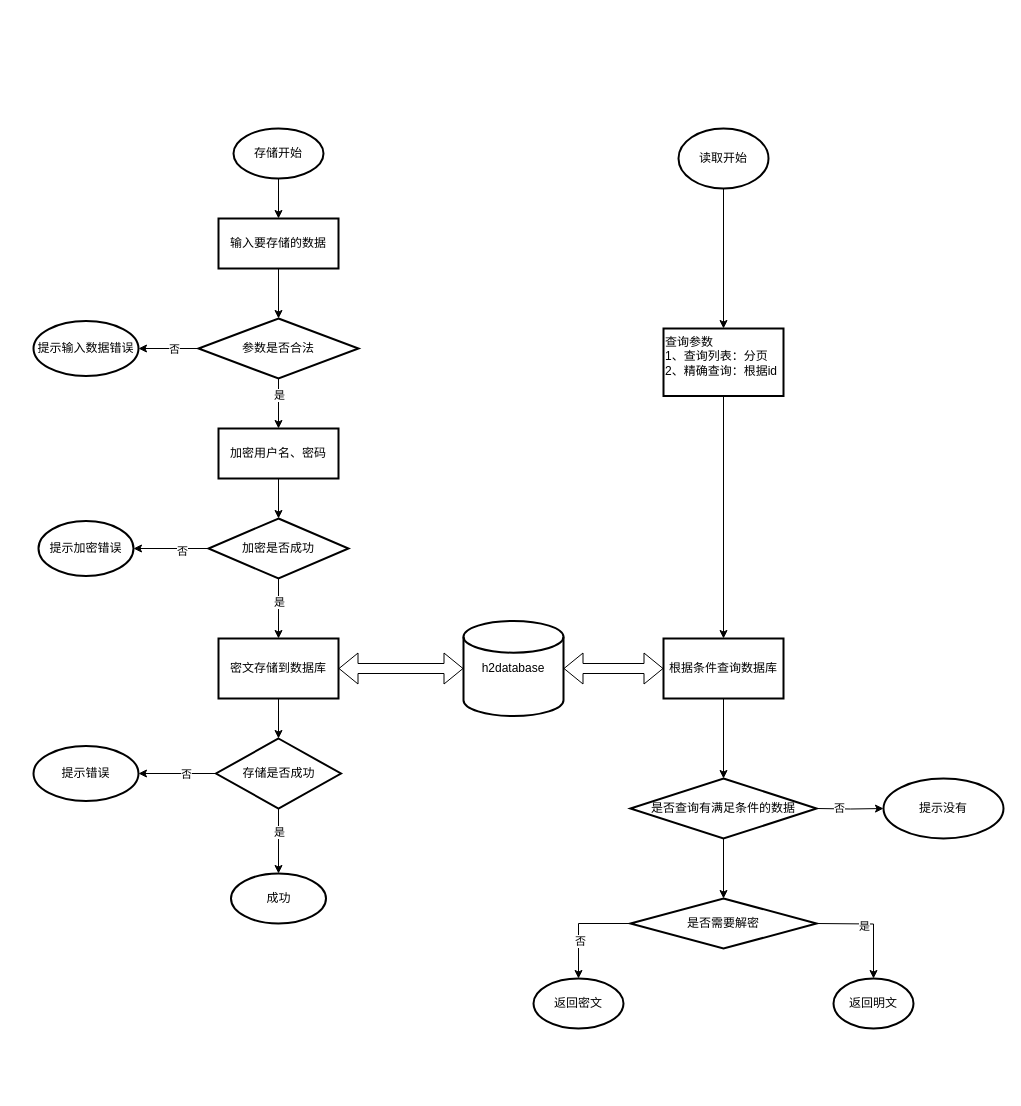
The draw.io diagram page "流程图" (2 of 2) of doc/设计图.drawio in Drintau/AccountManager, before the edit. Source tidied: cells renumbered, new cells numbered last; positions are measured from the earlier drawing's top-left corner, leaving out a move shared by most shapes. Both pictures are drawn from the tidied source at 100%, with x=0, y=0 at pixel (33, 128).
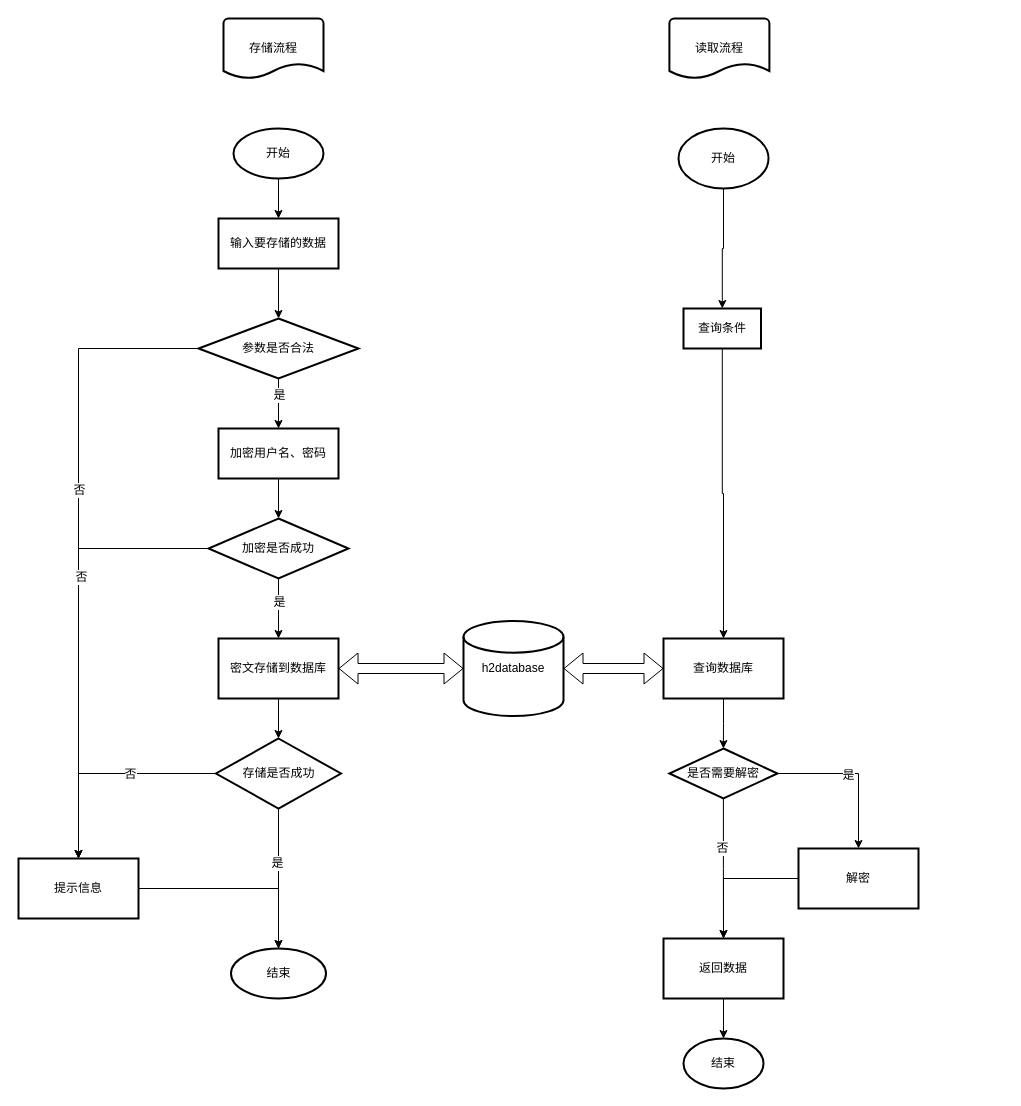
Above is the later version.

What changed in the source:
```diff
@@
-    <mxCell id="2" style="edgeStyle=orthogonalEdgeStyle;rounded=0;jettySize=auto;html=1;" parent="1" edge="1" source="3" target="5">
+    <mxCell id="2" style="edgeStyle=orthogonalEdgeStyle;rounded=0;jettySize=auto;html=1;fontSize=12;" parent="1" edge="1" source="3" target="5">
       <mxGeometry relative="1" as="geometry" />
     </mxCell>
-    <mxCell id="3" value="存储开始" style="strokeWidth=2;html=1;shape=mxgraph.flowchart.start_2;whiteSpace=wrap;" parent="1" vertex="1">
+    <mxCell id="3" value="开始" style="strokeWidth=2;html=1;shape=mxgraph.flowchart.start_2;whiteSpace=wrap;fontSize=12;" parent="1" vertex="1">
       <mxGeometry x="200" width="90" height="50" as="geometry" />
     </mxCell>
-    <mxCell id="4" style="edgeStyle=orthogonalEdgeStyle;rounded=0;jettySize=auto;html=1;" parent="1" edge="1" source="5" target="14">
+    <mxCell id="4" style="edgeStyle=orthogonalEdgeStyle;rounded=0;jettySize=auto;html=1;fontSize=12;" parent="1" edge="1" source="5" target="14">
       <mxGeometry relative="1" as="geometry" />
     </mxCell>
-    <mxCell id="5" value="输入要存储的数据" style="whiteSpace=wrap;html=1;strokeWidth=2;" parent="1" vertex="1">
+    <mxCell id="5" value="输入要存储的数据" style="whiteSpace=wrap;html=1;strokeWidth=2;fontSize=12;" parent="1" vertex="1">
       <mxGeometry x="185" y="90" width="120" height="50" as="geometry" />
     </mxCell>
-    <mxCell id="6" style="edgeStyle=orthogonalEdgeStyle;rounded=0;jettySize=auto;html=1;" parent="1" edge="1" source="7" target="20">
+    <mxCell id="6" style="edgeStyle=orthogonalEdgeStyle;rounded=0;jettySize=auto;html=1;fontSize=12;" parent="1" edge="1" source="7" target="20">
       <mxGeometry relative="1" as="geometry" />
     </mxCell>
-    <mxCell id="7" value="加密用户名、密码" style="whiteSpace=wrap;html=1;strokeWidth=2;" parent="1" vertex="1">
+    <mxCell id="7" value="加密用户名、密码" style="whiteSpace=wrap;html=1;strokeWidth=2;fontSize=12;" parent="1" vertex="1">
       <mxGeometry x="185" y="300" width="120" height="50" as="geometry" />
     </mxCell>
-    <mxCell id="8" style="edgeStyle=orthogonalEdgeStyle;rounded=0;jettySize=auto;html=1;" parent="1" edge="1" source="9" target="26">
+    <mxCell id="8" style="edgeStyle=orthogonalEdgeStyle;rounded=0;jettySize=auto;html=1;fontSize=12;" parent="1" edge="1" source="9" target="26">
       <mxGeometry relative="1" as="geometry" />
     </mxCell>
-    <mxCell id="9" value="密文存储到数据库" style="whiteSpace=wrap;html=1;strokeWidth=2;" parent="1" vertex="1">
+    <mxCell id="9" value="密文存储到数据库" style="whiteSpace=wrap;html=1;strokeWidth=2;fontSize=12;" parent="1" vertex="1">
       <mxGeometry x="185" y="510" width="120" height="60" as="geometry" />
     </mxCell>
-    <mxCell id="10" style="edgeStyle=orthogonalEdgeStyle;rounded=0;jettySize=auto;html=1;" parent="1" edge="1" source="14" target="15">
+    <mxCell id="10" style="edgeStyle=orthogonalEdgeStyle;rounded=0;jettySize=auto;html=1;entryX=0.5;entryY=0;entryDx=0;entryDy=0;fontSize=12;" parent="1" edge="1" source="14" target="57">
       <mxGeometry relative="1" as="geometry" />
     </mxCell>
-    <mxCell id="11" value="否" style="edgeLabel;html=1;align=center;verticalAlign=middle;" parent="10" vertex="1">
+    <mxCell id="11" value="否" style="edgeLabel;html=1;align=center;verticalAlign=middle;fontSize=12;" parent="10" vertex="1">
       <mxGeometry x="-0.17" relative="1" as="geometry" />
     </mxCell>
-    <mxCell id="12" style="edgeStyle=orthogonalEdgeStyle;rounded=0;jettySize=auto;html=1;" parent="1" edge="1" source="14" target="7">
+    <mxCell id="12" style="edgeStyle=orthogonalEdgeStyle;rounded=0;jettySize=auto;html=1;fontSize=12;" parent="1" edge="1" source="14" target="7">
       <mxGeometry relative="1" as="geometry" />
     </mxCell>
-    <mxCell id="13" value="是" style="edgeLabel;html=1;align=center;verticalAlign=middle;" parent="12" vertex="1">
+    <mxCell id="13" value="是" style="edgeLabel;html=1;align=center;verticalAlign=middle;fontSize=12;" parent="12" vertex="1">
       <mxGeometry x="-0.34" relative="1" as="geometry" />
     </mxCell>
-    <mxCell id="14" value="参数是否合法" style="strokeWidth=2;html=1;shape=mxgraph.flowchart.decision;whiteSpace=wrap;" parent="1" vertex="1">
+    <mxCell id="14" value="参数是否合法" style="strokeWidth=2;html=1;shape=mxgraph.flowchart.decision;whiteSpace=wrap;fontSize=12;" parent="1" vertex="1">
       <mxGeometry x="165" y="190" width="160" height="60" as="geometry" />
     </mxCell>
-    <mxCell id="15" value="提示输入数据错误" style="ellipse;whiteSpace=wrap;html=1;strokeWidth=2;" parent="1" vertex="1">
-      <mxGeometry y="192.5" width="105" height="55" as="geometry" />
-    </mxCell>
-    <mxCell id="16" style="edgeStyle=orthogonalEdgeStyle;rounded=0;jettySize=auto;html=1;" parent="1" edge="1" source="20" target="9">
+    <mxCell id="16" style="edgeStyle=orthogonalEdgeStyle;rounded=0;jettySize=auto;html=1;fontSize=12;" parent="1" edge="1" source="20" target="9">
       <mxGeometry relative="1" as="geometry">
         <Array as="points">
           <mxPoint x="245" y="530" />
           <mxPoint x="245" y="530" />
         </Array>
       </mxGeometry>
     </mxCell>
-    <mxCell id="17" value="是" style="edgeLabel;html=1;align=center;verticalAlign=middle;" parent="16" vertex="1">
+    <mxCell id="17" value="是" style="edgeLabel;html=1;align=center;verticalAlign=middle;fontSize=12;" parent="16" vertex="1">
       <mxGeometry x="-0.24" relative="1" as="geometry" />
     </mxCell>
-    <mxCell id="18" style="edgeStyle=orthogonalEdgeStyle;rounded=0;jettySize=auto;html=1;" parent="1" edge="1" source="20" target="21">
+    <mxCell id="18" style="edgeStyle=orthogonalEdgeStyle;rounded=0;jettySize=auto;html=1;entryX=0.5;entryY=0;entryDx=0;entryDy=0;fontSize=12;" parent="1" edge="1" source="20" target="57">
       <mxGeometry relative="1" as="geometry" />
     </mxCell>
-    <mxCell id="19" value="否" style="edgeLabel;html=1;align=center;verticalAlign=middle;" parent="18" vertex="1">
+    <mxCell id="19" value="否" style="edgeLabel;html=1;align=center;verticalAlign=middle;fontSize=12;" parent="18" vertex="1">
       <mxGeometry x="-0.28" y="2" relative="1" as="geometry" />
     </mxCell>
-    <mxCell id="20" value="加密是否成功" style="strokeWidth=2;html=1;shape=mxgraph.flowchart.decision;whiteSpace=wrap;" parent="1" vertex="1">
+    <mxCell id="20" value="加密是否成功" style="strokeWidth=2;html=1;shape=mxgraph.flowchart.decision;whiteSpace=wrap;fontSize=12;" parent="1" vertex="1">
       <mxGeometry x="175" y="390" width="140" height="60" as="geometry" />
     </mxCell>
-    <mxCell id="21" value="提示加密错误" style="ellipse;whiteSpace=wrap;html=1;strokeWidth=2;" parent="1" vertex="1">
-      <mxGeometry x="5" y="392.5" width="95" height="55" as="geometry" />
-    </mxCell>
-    <mxCell id="22" style="edgeStyle=orthogonalEdgeStyle;rounded=0;jettySize=auto;html=1;" parent="1" edge="1" source="26" target="29">
-      <mxGeometry relative="1" as="geometry" />
-    </mxCell>
-    <mxCell id="23" value="是" style="edgeLabel;html=1;align=center;verticalAlign=middle;" parent="22" vertex="1">
-      <mxGeometry x="-0.28" relative="1" as="geometry" />
-    </mxCell>
-    <mxCell id="24" style="edgeStyle=orthogonalEdgeStyle;rounded=0;jettySize=auto;html=1;entryX=1;entryY=0.5;entryDx=0;entryDy=0;" parent="1" edge="1" source="26" target="30">
+    <mxCell id="24" style="edgeStyle=orthogonalEdgeStyle;rounded=0;jettySize=auto;html=1;entryX=0.5;entryY=0;entryDx=0;entryDy=0;fontSize=12;" parent="1" edge="1" source="26" target="57">
       <mxGeometry relative="1" as="geometry" />
     </mxCell>
-    <mxCell id="25" value="否" style="edgeLabel;html=1;align=center;verticalAlign=middle;" parent="24" vertex="1">
+    <mxCell id="25" value="否" style="edgeLabel;html=1;align=center;verticalAlign=middle;fontSize=12;" parent="24" vertex="1">
       <mxGeometry x="-0.23" relative="1" as="geometry" />
     </mxCell>
+    <mxCell id="22" style="edgeStyle=orthogonalEdgeStyle;rounded=0;jettySize=auto;html=1;fontSize=12;" parent="1" edge="1" source="26" target="29">
+      <mxGeometry relative="1" as="geometry" />
+    </mxCell>
+    <mxCell id="50" value="是" style="edgeLabel;html=1;align=center;verticalAlign=middle;fontSize=12;" parent="22" vertex="1">
+      <mxGeometry x="-0.23" y="-2" relative="1" as="geometry" />
+    </mxCell>
-    <mxCell id="26" value="存储是否成功" style="strokeWidth=2;html=1;shape=mxgraph.flowchart.decision;whiteSpace=wrap;align=center;" parent="1" vertex="1">
+    <mxCell id="26" value="存储是否成功" style="strokeWidth=2;html=1;shape=mxgraph.flowchart.decision;whiteSpace=wrap;align=center;fontSize=12;" parent="1" vertex="1">
       <mxGeometry x="182.5" y="610" width="125" height="70" as="geometry" />
     </mxCell>
-    <mxCell id="27" value="h2database" style="strokeWidth=2;html=1;shape=mxgraph.flowchart.database;whiteSpace=wrap;align=center;" parent="1" vertex="1">
+    <mxCell id="27" value="h2database" style="strokeWidth=2;html=1;shape=mxgraph.flowchart.database;whiteSpace=wrap;align=center;fontSize=12;" parent="1" vertex="1">
       <mxGeometry x="430" y="492.5" width="100" height="95" as="geometry" />
     </mxCell>
-    <mxCell id="28" style="shape=flexArrow;endArrow=classic;startArrow=classic;html=1;exitX=1;exitY=0.5;exitDx=0;exitDy=0;entryX=0;entryY=0.5;entryDx=0;entryDy=0;entryPerimeter=0;" parent="1" edge="1" source="9" target="27">
+    <mxCell id="28" style="shape=flexArrow;endArrow=classic;startArrow=classic;html=1;exitX=1;exitY=0.5;exitDx=0;exitDy=0;entryX=0;entryY=0.5;entryDx=0;entryDy=0;entryPerimeter=0;fontSize=12;" parent="1" edge="1" source="9" target="27">
       <mxGeometry relative="1" as="geometry" />
     </mxCell>
-    <mxCell id="29" value="成功" style="ellipse;whiteSpace=wrap;html=1;strokeWidth=2;" parent="1" vertex="1">
-      <mxGeometry x="197.5" y="745" width="95" height="50" as="geometry" />
+    <mxCell id="29" value="结束" style="ellipse;whiteSpace=wrap;html=1;strokeWidth=2;fontSize=12;" parent="1" vertex="1">
+      <mxGeometry x="197.5" y="820" width="95" height="50" as="geometry" />
     </mxCell>
-    <mxCell id="30" value="提示错误" style="ellipse;whiteSpace=wrap;html=1;strokeWidth=2;" parent="1" vertex="1">
-      <mxGeometry y="617.5" width="105" height="55" as="geometry" />
-    </mxCell>
-    <mxCell id="31" style="edgeStyle=orthogonalEdgeStyle;rounded=0;jettySize=auto;html=1;" parent="1" edge="1" source="32" target="49">
+    <mxCell id="31" style="edgeStyle=orthogonalEdgeStyle;rounded=0;jettySize=auto;html=1;fontSize=12;" parent="1" edge="1" source="32" target="49">
       <mxGeometry relative="1" as="geometry" />
     </mxCell>
-    <mxCell id="32" value="读取开始" style="strokeWidth=2;html=1;shape=mxgraph.flowchart.start_2;whiteSpace=wrap;align=center;" parent="1" vertex="1">
+    <mxCell id="32" value="开始" style="strokeWidth=2;html=1;shape=mxgraph.flowchart.start_2;whiteSpace=wrap;align=center;fontSize=12;" parent="1" vertex="1">
       <mxGeometry x="645" width="90" height="60" as="geometry" />
     </mxCell>
-    <mxCell id="33" style="edgeStyle=orthogonalEdgeStyle;rounded=0;jettySize=auto;html=1;entryX=0.5;entryY=0;entryDx=0;entryDy=0;" parent="1" edge="1" source="34" target="39">
-      <mxGeometry relative="1" as="geometry" />
-    </mxCell>
+    <mxCell id="51" style="edgeStyle=orthogonalEdgeStyle;rounded=0;jettySize=auto;html=1;fontSize=12;" parent="1" edge="1" source="34" target="46">
+      <mxGeometry relative="1" as="geometry" />
+    </mxCell>
-    <mxCell id="34" value="根据条件查询数据库" style="whiteSpace=wrap;html=1;strokeWidth=2;" parent="1" vertex="1">
+    <mxCell id="34" value="查询数据库" style="whiteSpace=wrap;html=1;strokeWidth=2;fontSize=12;" parent="1" vertex="1">
       <mxGeometry x="630" y="510" width="120" height="60" as="geometry" />
     </mxCell>
-    <mxCell id="35" style="shape=flexArrow;endArrow=classic;startArrow=classic;html=1;entryX=0;entryY=0.5;entryDx=0;entryDy=0;exitX=1;exitY=0.5;exitDx=0;exitDy=0;exitPerimeter=0;" parent="1" edge="1" source="27" target="34">
+    <mxCell id="35" style="shape=flexArrow;endArrow=classic;startArrow=classic;html=1;entryX=0;entryY=0.5;entryDx=0;entryDy=0;exitX=1;exitY=0.5;exitDx=0;exitDy=0;exitPerimeter=0;fontSize=12;" parent="1" edge="1" source="27" target="34">
       <mxGeometry relative="1" as="geometry" />
     </mxCell>
-    <mxCell id="36" style="edgeStyle=orthogonalEdgeStyle;rounded=0;jettySize=auto;html=1;" parent="1" edge="1" target="40">
-      <mxGeometry relative="1" as="geometry">
-        <mxPoint x="783.1" y="680" as="sourcePoint" />
-      </mxGeometry>
-    </mxCell>
-    <mxCell id="37" value="否" style="edgeLabel;html=1;align=center;verticalAlign=middle;" parent="36" vertex="1">
-      <mxGeometry x="-0.34" y="1" relative="1" as="geometry" />
-    </mxCell>
-    <mxCell id="38" style="edgeStyle=orthogonalEdgeStyle;rounded=0;orthogonalLoop=1;jettySize=auto;html=1;" parent="1" edge="1">
-      <mxGeometry relative="1" as="geometry">
-        <mxPoint x="690" y="710" as="sourcePoint" />
-        <mxPoint x="690" y="770" as="targetPoint" />
-      </mxGeometry>
-    </mxCell>
-    <mxCell id="39" value="是否查询有满足条件的数据" style="rhombus;whiteSpace=wrap;html=1;strokeWidth=2;" parent="1" vertex="1">
-      <mxGeometry x="596.9" y="650" width="186.2" height="60" as="geometry" />
-    </mxCell>
-    <mxCell id="40" value="提示没有" style="ellipse;whiteSpace=wrap;html=1;strokeWidth=2;" parent="1" vertex="1">
-      <mxGeometry x="850" y="650" width="120" height="60" as="geometry" />
-    </mxCell>
-    <mxCell id="41" value="返回明文" style="ellipse;whiteSpace=wrap;html=1;strokeWidth=2;" parent="1" vertex="1">
-      <mxGeometry x="800" y="850" width="80" height="50" as="geometry" />
-    </mxCell>
-    <mxCell id="42" style="edgeStyle=orthogonalEdgeStyle;rounded=0;jettySize=auto;html=1;" parent="1" edge="1" source="46" target="47">
-      <mxGeometry relative="1" as="geometry" />
-    </mxCell>
-    <mxCell id="43" value="否" style="edgeLabel;html=1;align=center;verticalAlign=middle;" parent="42" vertex="1">
-      <mxGeometry x="0.29" y="1" relative="1" as="geometry" />
-    </mxCell>
-    <mxCell id="44" style="edgeStyle=orthogonalEdgeStyle;rounded=0;jettySize=auto;html=1;" parent="1" edge="1" target="41">
-      <mxGeometry relative="1" as="geometry">
-        <mxPoint x="783.1" y="795" as="sourcePoint" />
-      </mxGeometry>
-    </mxCell>
-    <mxCell id="45" value="是" style="edgeLabel;html=1;align=center;verticalAlign=middle;" parent="44" vertex="1">
-      <mxGeometry x="-0.16" y="-2" relative="1" as="geometry" />
-    </mxCell>
+    <mxCell id="52" style="edgeStyle=orthogonalEdgeStyle;rounded=0;jettySize=auto;html=1;fontSize=12;" parent="1" edge="1" source="46" target="62">
+      <mxGeometry relative="1" as="geometry" />
+    </mxCell>
+    <mxCell id="53" value="否" style="edgeLabel;html=1;align=center;verticalAlign=middle;fontSize=12;" parent="52" vertex="1">
+      <mxGeometry x="-0.29" y="-1" relative="1" as="geometry" />
+    </mxCell>
+    <mxCell id="54" style="edgeStyle=orthogonalEdgeStyle;rounded=0;jettySize=auto;html=1;fontSize=12;" parent="1" edge="1" source="46" target="64">
+      <mxGeometry relative="1" as="geometry" />
+    </mxCell>
+    <mxCell id="55" value="是" style="edgeLabel;html=1;align=center;verticalAlign=middle;fontSize=12;" parent="54" vertex="1">
+      <mxGeometry x="-0.1" y="-1" relative="1" as="geometry" />
+    </mxCell>
-    <mxCell id="46" value="是否需要解密" style="rhombus;whiteSpace=wrap;html=1;strokeWidth=2;" parent="1" vertex="1">
-      <mxGeometry x="596.9" y="770" width="186.2" height="50" as="geometry" />
+    <mxCell id="46" value="是否需要解密" style="rhombus;whiteSpace=wrap;html=1;strokeWidth=2;fontSize=12;" parent="1" vertex="1">
+      <mxGeometry x="635.9" y="620" width="108.1" height="50" as="geometry" />
     </mxCell>
-    <mxCell id="47" value="返回密文" style="ellipse;whiteSpace=wrap;html=1;strokeWidth=2;" parent="1" vertex="1">
-      <mxGeometry x="500" y="850" width="90" height="50" as="geometry" />
-    </mxCell>
-    <mxCell id="48" style="edgeStyle=orthogonalEdgeStyle;rounded=0;jettySize=auto;html=1;" parent="1" edge="1" source="49" target="34">
+    <mxCell id="48" style="edgeStyle=orthogonalEdgeStyle;rounded=0;jettySize=auto;html=1;fontSize=12;" parent="1" edge="1" source="49" target="34">
       <mxGeometry relative="1" as="geometry" />
     </mxCell>
-    <mxCell id="49" value="查询参数&lt;br&gt;&lt;span&gt;1、查询列表：分页&lt;/span&gt;&lt;br&gt;&lt;span&gt;2、精确查询：根据id&lt;/span&gt;" style="whiteSpace=wrap;html=1;strokeWidth=2;verticalAlign=top;align=left;" parent="1" vertex="1">
-      <mxGeometry x="630" y="200" width="120" height="67.5" as="geometry" />
+    <mxCell id="49" value="查询条件" style="whiteSpace=wrap;html=1;strokeWidth=2;verticalAlign=middle;align=center;fontSize=12;" parent="1" vertex="1">
+      <mxGeometry x="650" y="180" width="77.5" height="40" as="geometry" />
     </mxCell>
+    <mxCell id="56" style="edgeStyle=orthogonalEdgeStyle;rounded=0;jettySize=auto;html=1;fontSize=12;" parent="1" edge="1" source="57" target="29">
+      <mxGeometry relative="1" as="geometry" />
+    </mxCell>
+    <mxCell id="57" value="提示信息" style="whiteSpace=wrap;html=1;strokeWidth=2;fontSize=12;" parent="1" vertex="1">
+      <mxGeometry x="-15" y="730" width="120" height="60" as="geometry" />
+    </mxCell>
+    <mxCell id="58" value="存储流程" style="strokeWidth=2;html=1;shape=mxgraph.flowchart.document2;whiteSpace=wrap;size=0.25;fontSize=12;" parent="1" vertex="1">
+      <mxGeometry x="190" y="-110" width="100" height="60" as="geometry" />
+    </mxCell>
+    <mxCell id="59" value="读取流程" style="strokeWidth=2;html=1;shape=mxgraph.flowchart.document2;whiteSpace=wrap;size=0.25;fontSize=12;" parent="1" vertex="1">
+      <mxGeometry x="635.9" y="-110" width="100" height="60" as="geometry" />
+    </mxCell>
+    <mxCell id="60" value="结束" style="ellipse;whiteSpace=wrap;html=1;strokeWidth=2;fontSize=12;" parent="1" vertex="1">
+      <mxGeometry x="650" y="910" width="80" height="50" as="geometry" />
+    </mxCell>
+    <mxCell id="61" style="edgeStyle=orthogonalEdgeStyle;rounded=0;jettySize=auto;html=1;fontSize=12;" parent="1" edge="1" source="62" target="60">
+      <mxGeometry relative="1" as="geometry" />
+    </mxCell>
+    <mxCell id="62" value="返回数据" style="whiteSpace=wrap;html=1;strokeWidth=2;fontSize=12;" parent="1" vertex="1">
+      <mxGeometry x="630" y="810" width="120" height="60" as="geometry" />
+    </mxCell>
+    <mxCell id="63" style="edgeStyle=orthogonalEdgeStyle;rounded=0;jettySize=auto;html=1;fontSize=12;entryX=0.5;entryY=0;entryDx=0;entryDy=0;" parent="1" edge="1" source="64" target="62">
+      <mxGeometry relative="1" as="geometry" />
+    </mxCell>
+    <mxCell id="64" value="解密" style="whiteSpace=wrap;html=1;strokeWidth=2;fontSize=12;" parent="1" vertex="1">
+      <mxGeometry x="765" y="720" width="120" height="60" as="geometry" />
+    </mxCell>
```
